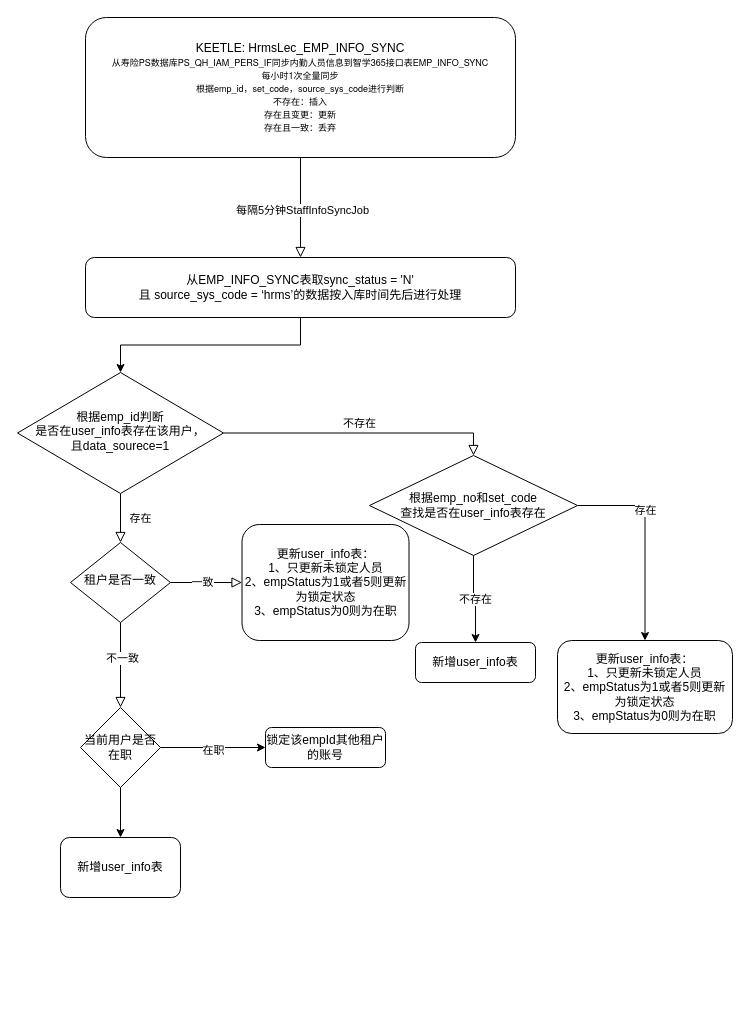
rainerpiao/cloud-computing keeps this draw.io diagram as 人员信息同步.drawio. Above is the earlier version. Source tidied: cells renumbered, new cells numbered last; positions are measured from the earlier drawing's top-left corner, leaving out a move shared by most shapes. Both pictures are drawn from the tidied source at 100%, with x=0, y=0 at pixel (17, 17).
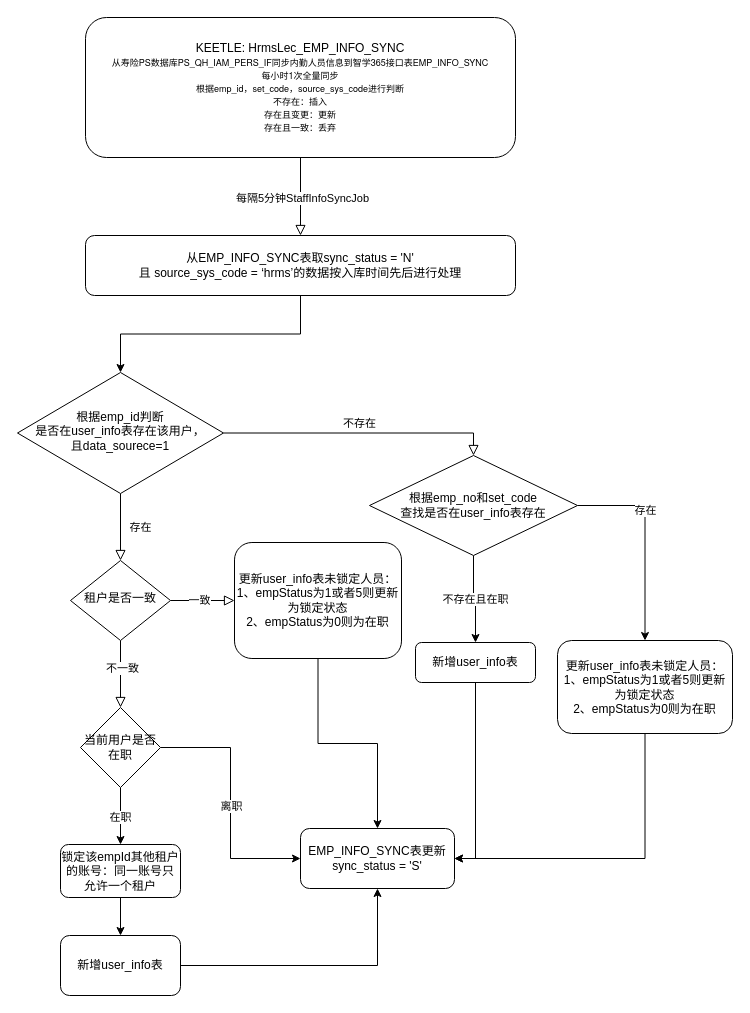
Above is the later version.

Commit message (it also covers changes not shown here):
Update 人员信息同步.drawio

Unchanged cells that the change refers to:
```xml
<mxCell id="8" value="新增user_info表" style="rounded=1;whiteSpace=wrap;html=1;fontSize=12;glass=0;strokeWidth=1;shadow=0;" parent="1" vertex="1">
  <mxGeometry x="398" y="625" width="120" height="40" as="geometry" />
</mxCell>
<mxCell id="21" value="根据emp_no和set_code&lt;br&gt;查找是否在user_info表存在" style="rhombus;whiteSpace=wrap;html=1;" parent="1" vertex="1">
  <mxGeometry x="352" y="438" width="208" height="100" as="geometry" />
</mxCell>
<mxCell id="26" value="当前用户是否在职" style="rhombus;whiteSpace=wrap;html=1;" parent="1" vertex="1">
  <mxGeometry x="63" y="690" width="80" height="80" as="geometry" />
</mxCell>
```

What changed in the source:
```diff
@@
+    <mxCell id="28" style="edgeStyle=orthogonalEdgeStyle;rounded=0;jettySize=auto;html=1;exitX=0.5;exitY=1;exitDx=0;exitDy=0;entryX=1;entryY=0.5;entryDx=0;entryDy=0;" parent="1" edge="1" source="8" target="34">
+      <mxGeometry relative="1" as="geometry" />
+    </mxCell>
@@
     <mxCell id="13" value="租户是否一致" style="rhombus;whiteSpace=wrap;html=1;shadow=0;fontFamily=Helvetica;fontSize=12;align=center;strokeWidth=1;spacing=6;spacingTop=-4;" parent="1" vertex="1">
-      <mxGeometry x="53" y="525" width="100" height="80" as="geometry" />
+      <mxGeometry x="53" y="543" width="100" height="80" as="geometry" />
     </mxCell>
-    <mxCell id="14" value="锁定该empId其他租户的账号" style="rounded=1;whiteSpace=wrap;html=1;fontSize=12;glass=0;strokeWidth=1;shadow=0;" parent="1" vertex="1">
-      <mxGeometry x="248" y="710" width="120" height="40" as="geometry" />
+    <mxCell id="14" value="锁定该empId其他租户的账号：同一账号只允许一个租户" style="rounded=1;whiteSpace=wrap;html=1;fontSize=12;glass=0;strokeWidth=1;shadow=0;" parent="1" vertex="1">
+      <mxGeometry x="43" y="827" width="120" height="53" as="geometry" />
     </mxCell>
+    <mxCell id="29" style="edgeStyle=orthogonalEdgeStyle;rounded=0;jettySize=auto;html=1;exitX=0.5;exitY=1;exitDx=0;exitDy=0;" parent="1" edge="1" source="15" target="34">
+      <mxGeometry relative="1" as="geometry" />
+    </mxCell>
-    <mxCell id="15" value="更新user_info表：&lt;br&gt;1、只更新未锁定人员&lt;br&gt;2、empStatus为1或者5则更新为锁定状态&lt;br&gt;3、empStatus为0则为在职" style="rounded=1;whiteSpace=wrap;html=1;fontSize=12;glass=0;strokeWidth=1;shadow=0;" parent="1" vertex="1">
-      <mxGeometry x="224.5" y="507" width="167" height="116" as="geometry" />
+    <mxCell id="15" value="更新user_info表未锁定人员：&lt;br&gt;1、empStatus为1或者5则更新为锁定状态&lt;br&gt;2、empStatus为0则为在职" style="rounded=1;whiteSpace=wrap;html=1;fontSize=12;glass=0;strokeWidth=1;shadow=0;" parent="1" vertex="1">
+      <mxGeometry x="217" y="525" width="167" height="116" as="geometry" />
     </mxCell>
@@
     <mxCell id="17" value="从EMP_INFO_SYNC表取sync_status = 'N' &lt;br&gt;且 source_sys_code = ‘hrms’的数据按入库时间先后进行处理" style="rounded=1;whiteSpace=wrap;html=1;" parent="1" vertex="1">
-      <mxGeometry x="68" y="240" width="430" height="60" as="geometry" />
+      <mxGeometry x="68" y="218" width="430" height="60" as="geometry" />
     </mxCell>
-    <mxCell id="18" value="不存在" style="edgeStyle=orthogonalEdgeStyle;rounded=0;jettySize=auto;html=1;exitX=0.5;exitY=1;exitDx=0;exitDy=0;entryX=0.5;entryY=0;entryDx=0;entryDy=0;" parent="1" edge="1" source="21" target="8">
+    <mxCell id="18" value="不存在且在职" style="edgeStyle=orthogonalEdgeStyle;rounded=0;jettySize=auto;html=1;exitX=0.5;exitY=1;exitDx=0;exitDy=0;entryX=0.5;entryY=0;entryDx=0;entryDy=0;" parent="1" edge="1" source="21" target="8">
       <mxGeometry relative="1" as="geometry" />
     </mxCell>
@@
+    <mxCell id="30" style="edgeStyle=orthogonalEdgeStyle;rounded=0;jettySize=auto;html=1;exitX=0.5;exitY=1;exitDx=0;exitDy=0;entryX=1;entryY=0.5;entryDx=0;entryDy=0;" parent="1" edge="1" source="22" target="34">
+      <mxGeometry relative="1" as="geometry" />
+    </mxCell>
-    <mxCell id="22" value="更新user_info表：&lt;br&gt;1、只更新未锁定人员&lt;br&gt;2、empStatus为1或者5则更新为锁定状态&lt;br&gt;3、empStatus为0则为在职" style="rounded=1;whiteSpace=wrap;html=1;fontSize=12;glass=0;strokeWidth=1;shadow=0;" parent="1" vertex="1">
+    <mxCell id="22" value="更新user_info表未锁定人员：&lt;br&gt;1、empStatus为1或者5则更新为锁定状态&lt;br&gt;2、empStatus为0则为在职" style="rounded=1;whiteSpace=wrap;html=1;fontSize=12;glass=0;strokeWidth=1;shadow=0;" parent="1" vertex="1">
       <mxGeometry x="540" y="623" width="175" height="93" as="geometry" />
     </mxCell>
@@
-    <mxCell id="25" style="edgeStyle=orthogonalEdgeStyle;rounded=0;jettySize=auto;html=1;" parent="1" edge="1" source="26" target="27">
+    <mxCell id="25" style="edgeStyle=orthogonalEdgeStyle;rounded=0;jettySize=auto;html=1;exitX=0.5;exitY=1;exitDx=0;exitDy=0;" parent="1" edge="1" source="14" target="27">
       <mxGeometry relative="1" as="geometry" />
     </mxCell>
+    <mxCell id="31" style="edgeStyle=orthogonalEdgeStyle;rounded=0;jettySize=auto;html=1;entryX=0;entryY=0.5;entryDx=0;entryDy=0;" parent="1" edge="1" source="26" target="34">
+      <mxGeometry relative="1" as="geometry" />
+    </mxCell>
+    <mxCell id="32" value="离职" style="edgeLabel;html=1;align=center;verticalAlign=middle;" parent="31" vertex="1">
+      <mxGeometry x="0.02" relative="1" as="geometry" />
+    </mxCell>
@@
+    <mxCell id="33" style="edgeStyle=orthogonalEdgeStyle;rounded=0;jettySize=auto;html=1;" parent="1" edge="1" source="27" target="34">
+      <mxGeometry relative="1" as="geometry" />
+    </mxCell>
     <mxCell id="27" value="&lt;span&gt;新增user_info表&lt;/span&gt;" style="rounded=1;whiteSpace=wrap;html=1;" parent="1" vertex="1">
-      <mxGeometry x="43" y="820" width="120" height="60" as="geometry" />
+      <mxGeometry x="43" y="918" width="120" height="60" as="geometry" />
     </mxCell>
+    <mxCell id="34" value="&lt;span&gt;EMP_INFO_SYNC表更新sync_status = 'S'&lt;/span&gt;" style="whiteSpace=wrap;html=1;rounded=1;" parent="1" vertex="1">
+      <mxGeometry x="283" y="811" width="154" height="60" as="geometry" />
+    </mxCell>
```
